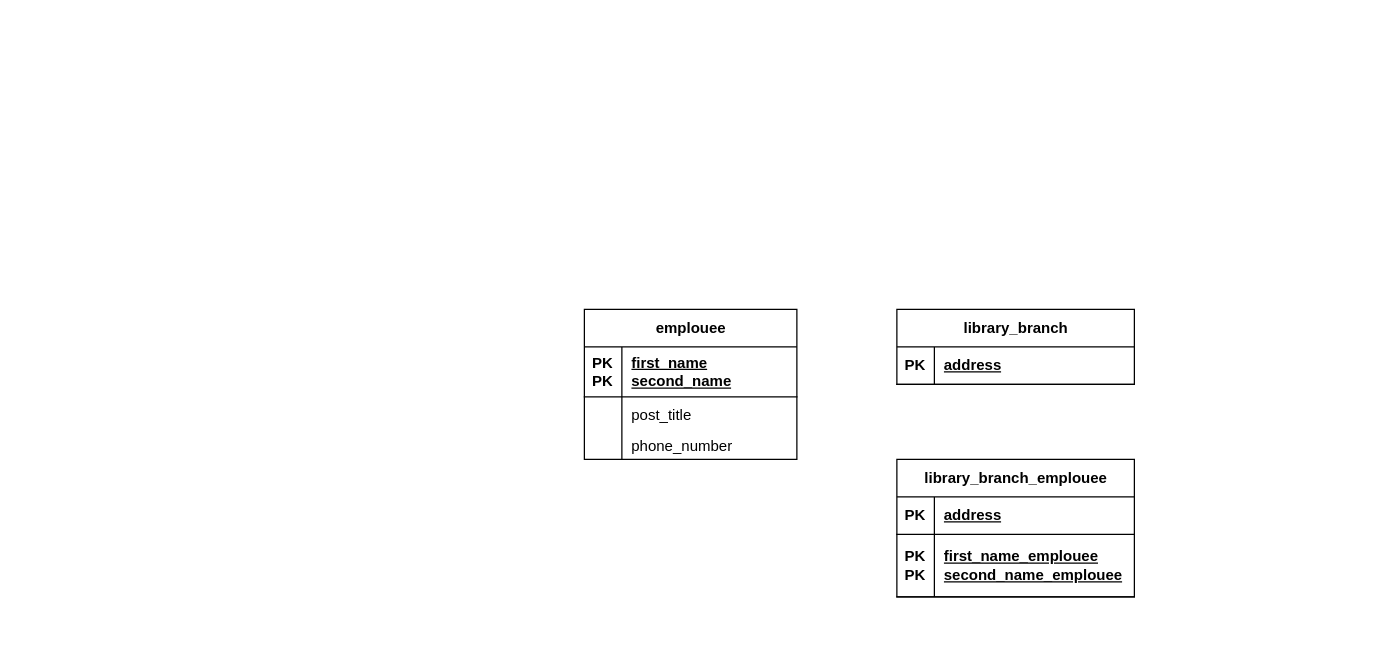
Before: Диаграмма без названия.drawio in ValentinKonstantinov/-Database, a draw.io diagram. Source tidied: cells renumbered, new cells numbered last; positions are measured from the earlier drawing's top-left corner, leaving out a move shared by most shapes. Both pictures are drawn from the tidied source at 125%, with x=0, y=0 at pixel (584, 309).
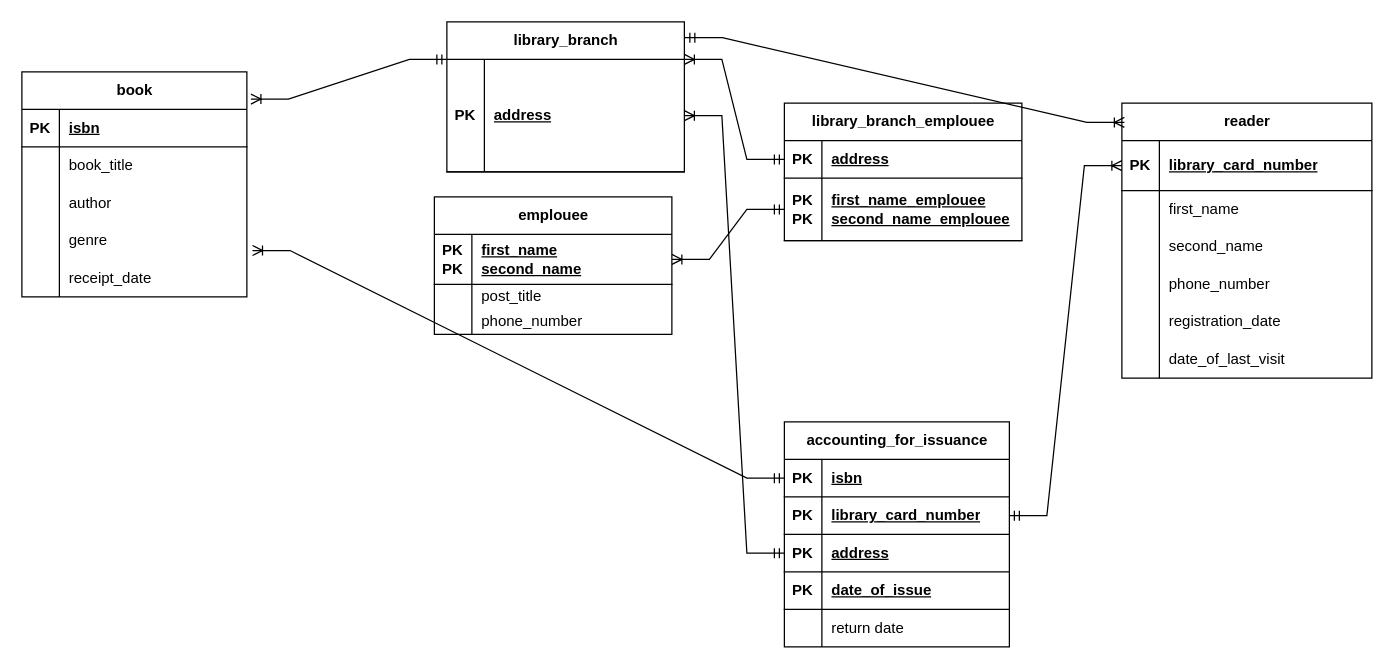
The same diagram, later.

Commit message:
добавлены читатели книги связи журнал выдачи

The change refers to these unchanged cells:
```xml
<mxCell id="17" style="shape=tableRow;horizontal=0;startSize=0;swimlaneHead=0;swimlaneBody=0;fillColor=none;points=[[0,0.5],[1,0.5]];portConstraint=eastwest;top=0;left=0;right=0;bottom=1;" parent="16" vertex="1">
  <mxGeometry y="30" width="190" height="30" as="geometry" />
</mxCell>
<mxCell id="20" style="shape=tableRow;horizontal=0;startSize=0;swimlaneHead=0;swimlaneBody=0;fillColor=none;points=[[0,0.5],[1,0.5]];portConstraint=eastwest;top=0;left=0;right=0;bottom=1;" parent="16" vertex="1">
  <mxGeometry y="60" width="190" height="50" as="geometry" />
</mxCell>
```

The edit, as a diff of the source:
```diff
@@
     <mxCell id="2" value="emplouee" style="shape=table;startSize=30;childLayout=tableLayout;rowLines=0;fontStyle=1;align=center;html=1;" parent="1" vertex="1">
-      <mxGeometry width="170" height="120" as="geometry" />
+      <mxGeometry x="-120" y="-90" width="190" height="110" as="geometry" />
     </mxCell>
     <mxCell id="3" style="shape=tableRow;horizontal=0;startSize=0;swimlaneHead=0;swimlaneBody=0;fillColor=none;points=[[0,0.5],[1,0.5]];portConstraint=eastwest;top=0;left=0;right=0;bottom=1;" parent="2" vertex="1">
-      <mxGeometry y="30" width="170" height="40" as="geometry" />
+      <mxGeometry y="30" width="190" height="40" as="geometry" />
     </mxCell>
@@
     <mxCell id="5" value="first_name&lt;br&gt;second_name" style="shape=partialRectangle;fillColor=none;top=0;left=0;bottom=0;right=0;align=left;spacingLeft=6;fontStyle=5;overflow=hidden;whiteSpace=wrap;html=1;" parent="3" vertex="1">
-      <mxGeometry x="30" width="140" height="40" as="geometry" />
+      <mxGeometry x="30" width="160" height="40" as="geometry" />
     </mxCell>
     <mxCell id="6" style="shape=tableRow;horizontal=0;startSize=0;swimlaneHead=0;swimlaneBody=0;fillColor=none;top=0;left=0;right=0;bottom=0;" parent="2" vertex="1">
-      <mxGeometry y="70" width="170" height="30" as="geometry" />
+      <mxGeometry y="70" width="190" height="20" as="geometry" />
     </mxCell>
     <mxCell id="7" style="shape=partialRectangle;fillColor=none;top=0;left=0;bottom=0;right=0;overflow=hidden;whiteSpace=wrap;html=1;" parent="6" vertex="1">
-      <mxGeometry width="30" height="30" as="geometry" />
+      <mxGeometry width="30" height="20" as="geometry" />
     </mxCell>
     <mxCell id="8" value="post_title" style="shape=partialRectangle;fillColor=none;top=0;left=0;bottom=0;right=0;align=left;spacingLeft=6;overflow=hidden;whiteSpace=wrap;html=1;" parent="6" vertex="1">
-      <mxGeometry x="30" width="140" height="30" as="geometry" />
+      <mxGeometry x="30" width="160" height="20" as="geometry" />
     </mxCell>
     <mxCell id="9" style="shape=tableRow;horizontal=0;startSize=0;swimlaneHead=0;swimlaneBody=0;fillColor=none;top=0;left=0;right=0;bottom=0;" parent="2" vertex="1">
-      <mxGeometry y="100" width="170" height="20" as="geometry" />
+      <mxGeometry y="90" width="190" height="20" as="geometry" />
     </mxCell>
@@
     <mxCell id="11" value="phone_number" style="shape=partialRectangle;fillColor=none;top=0;left=0;bottom=0;right=0;align=left;spacingLeft=6;overflow=hidden;whiteSpace=wrap;html=1;" parent="9" vertex="1">
-      <mxGeometry x="30" width="140" height="20" as="geometry" />
+      <mxGeometry x="30" width="160" height="20" as="geometry" />
     </mxCell>
     <mxCell id="12" value="library_branch" style="shape=table;startSize=30;childLayout=tableLayout;rowLines=0;fontStyle=1;align=center;html=1;" parent="1" vertex="1">
-      <mxGeometry x="250" width="190" height="60" as="geometry" />
+      <mxGeometry x="-110" y="-230" width="190" height="120" as="geometry" />
     </mxCell>
     <mxCell id="13" style="shape=tableRow;horizontal=0;startSize=0;swimlaneHead=0;swimlaneBody=0;fillColor=none;points=[[0,0.5],[1,0.5]];portConstraint=eastwest;top=0;left=0;right=0;bottom=1;" parent="12" vertex="1">
-      <mxGeometry y="30" width="190" height="30" as="geometry" />
+      <mxGeometry y="30" width="190" height="90" as="geometry" />
     </mxCell>
     <mxCell id="14" value="PK" style="shape=partialRectangle;fillColor=none;top=0;left=0;bottom=0;right=0;fontStyle=1;overflow=hidden;whiteSpace=wrap;html=1;" parent="13" vertex="1">
-      <mxGeometry width="30" height="30" as="geometry" />
+      <mxGeometry width="30" height="90" as="geometry" />
     </mxCell>
     <mxCell id="15" value="address" style="shape=partialRectangle;fillColor=none;top=0;left=0;bottom=0;right=0;align=left;spacingLeft=6;fontStyle=5;overflow=hidden;whiteSpace=wrap;html=1;" parent="13" vertex="1">
-      <mxGeometry x="30" width="160" height="30" as="geometry" />
+      <mxGeometry x="30" width="160" height="90" as="geometry" />
     </mxCell>
     <mxCell id="16" value="library_branch_emplouee" style="shape=table;startSize=30;childLayout=tableLayout;rowLines=0;fontStyle=1;align=center;html=1;" parent="1" vertex="1">
-      <mxGeometry x="250" y="120" width="190" height="110" as="geometry" />
+      <mxGeometry x="160" y="-165" width="190" height="110" as="geometry" />
     </mxCell>
@@
+    <mxCell id="23" value="book" style="shape=table;startSize=30;childLayout=tableLayout;rowLines=0;fontStyle=1;align=center;html=1;" parent="1" vertex="1">
+      <mxGeometry x="-450" y="-190" width="180" height="180" as="geometry" />
+    </mxCell>
+    <mxCell id="24" style="shape=tableRow;horizontal=0;startSize=0;swimlaneHead=0;swimlaneBody=0;fillColor=none;top=0;left=0;right=0;bottom=1;" parent="23" vertex="1">
+      <mxGeometry y="30" width="180" height="30" as="geometry" />
+    </mxCell>
+    <mxCell id="25" value="PK" style="shape=partialRectangle;fillColor=none;top=0;left=0;bottom=0;right=0;fontStyle=1;overflow=hidden;whiteSpace=wrap;html=1;" parent="24" vertex="1">
+      <mxGeometry width="30" height="30" as="geometry" />
+    </mxCell>
+    <mxCell id="26" value="isbn" style="shape=partialRectangle;fillColor=none;top=0;left=0;bottom=0;right=0;align=left;spacingLeft=6;fontStyle=5;overflow=hidden;whiteSpace=wrap;html=1;" parent="24" vertex="1">
+      <mxGeometry x="30" width="150" height="30" as="geometry" />
+    </mxCell>
+    <mxCell id="27" style="shape=tableRow;horizontal=0;startSize=0;swimlaneHead=0;swimlaneBody=0;fillColor=none;top=0;left=0;right=0;bottom=0;" parent="23" vertex="1">
+      <mxGeometry y="60" width="180" height="30" as="geometry" />
+    </mxCell>
+    <mxCell id="28" style="shape=partialRectangle;fillColor=none;top=0;left=0;bottom=0;right=0;overflow=hidden;whiteSpace=wrap;html=1;" parent="27" vertex="1">
+      <mxGeometry width="30" height="30" as="geometry" />
+    </mxCell>
+    <mxCell id="29" value="book_title" style="shape=partialRectangle;fillColor=none;top=0;left=0;bottom=0;right=0;align=left;spacingLeft=6;overflow=hidden;whiteSpace=wrap;html=1;" parent="27" vertex="1">
+      <mxGeometry x="30" width="150" height="30" as="geometry" />
+    </mxCell>
+    <mxCell id="30" style="shape=tableRow;horizontal=0;startSize=0;swimlaneHead=0;swimlaneBody=0;fillColor=none;top=0;left=0;right=0;bottom=0;" parent="23" vertex="1">
+      <mxGeometry y="90" width="180" height="30" as="geometry" />
+    </mxCell>
+    <mxCell id="31" style="shape=partialRectangle;fillColor=none;top=0;left=0;bottom=0;right=0;overflow=hidden;whiteSpace=wrap;html=1;" parent="30" vertex="1">
+      <mxGeometry width="30" height="30" as="geometry" />
+    </mxCell>
+    <mxCell id="32" value="author" style="shape=partialRectangle;fillColor=none;top=0;left=0;bottom=0;right=0;align=left;spacingLeft=6;overflow=hidden;whiteSpace=wrap;html=1;" parent="30" vertex="1">
+      <mxGeometry x="30" width="150" height="30" as="geometry" />
+    </mxCell>
+    <mxCell id="33" style="shape=tableRow;horizontal=0;startSize=0;swimlaneHead=0;swimlaneBody=0;fillColor=none;points=[[0,0.5],[1,0.5]];portConstraint=eastwest;top=0;left=0;right=0;bottom=0;" parent="23" vertex="1">
+      <mxGeometry y="120" width="180" height="30" as="geometry" />
+    </mxCell>
+    <mxCell id="34" style="shape=partialRectangle;fillColor=none;top=0;left=0;bottom=0;right=0;overflow=hidden;whiteSpace=wrap;html=1;" parent="33" vertex="1">
+      <mxGeometry width="30" height="30" as="geometry" />
+    </mxCell>
+    <mxCell id="35" value="genre" style="shape=partialRectangle;fillColor=none;top=0;left=0;bottom=0;right=0;align=left;spacingLeft=6;overflow=hidden;whiteSpace=wrap;html=1;" parent="33" vertex="1">
+      <mxGeometry x="30" width="150" height="30" as="geometry" />
+    </mxCell>
+    <mxCell id="36" style="shape=tableRow;horizontal=0;startSize=0;swimlaneHead=0;swimlaneBody=0;fillColor=none;top=0;left=0;right=0;bottom=0;" parent="23" vertex="1">
+      <mxGeometry y="150" width="180" height="30" as="geometry" />
+    </mxCell>
+    <mxCell id="37" style="shape=partialRectangle;fillColor=none;top=0;left=0;bottom=0;right=0;overflow=hidden;whiteSpace=wrap;html=1;" parent="36" vertex="1">
+      <mxGeometry width="30" height="30" as="geometry" />
+    </mxCell>
+    <mxCell id="38" value="receipt_date" style="shape=partialRectangle;fillColor=none;top=0;left=0;bottom=0;right=0;align=left;spacingLeft=6;overflow=hidden;whiteSpace=wrap;html=1;" parent="36" vertex="1">
+      <mxGeometry x="30" width="150" height="30" as="geometry" />
+    </mxCell>
+    <mxCell id="39" value="reader" style="shape=table;startSize=30;childLayout=tableLayout;rowLines=0;fontStyle=1;align=center;html=1;" parent="1" vertex="1">
+      <mxGeometry x="430" y="-165" width="200" height="220" as="geometry" />
+    </mxCell>
+    <mxCell id="40" style="shape=tableRow;horizontal=0;startSize=0;swimlaneHead=0;swimlaneBody=0;fillColor=none;points=[[0,0.5],[1,0.5]];portConstraint=eastwest;top=0;left=0;right=0;bottom=1;" parent="39" vertex="1">
+      <mxGeometry y="30" width="200" height="40" as="geometry" />
+    </mxCell>
+    <mxCell id="41" value="PK" style="shape=partialRectangle;fillColor=none;top=0;left=0;bottom=0;right=0;fontStyle=1;overflow=hidden;whiteSpace=wrap;html=1;" parent="40" vertex="1">
+      <mxGeometry width="30" height="40" as="geometry" />
+    </mxCell>
+    <mxCell id="42" value="&lt;div&gt;&lt;span style=&quot;background-color: initial;&quot;&gt;library_card_number&lt;/span&gt;&lt;br&gt;&lt;/div&gt;" style="shape=partialRectangle;fillColor=none;top=0;left=0;bottom=0;right=0;align=left;spacingLeft=6;fontStyle=5;overflow=hidden;whiteSpace=wrap;html=1;" parent="40" vertex="1">
+      <mxGeometry x="30" width="170" height="40" as="geometry" />
+    </mxCell>
+    <mxCell id="43" style="shape=tableRow;horizontal=0;startSize=0;swimlaneHead=0;swimlaneBody=0;fillColor=none;top=0;left=0;right=0;bottom=0;" parent="39" vertex="1">
+      <mxGeometry y="70" width="200" height="30" as="geometry" />
+    </mxCell>
+    <mxCell id="44" style="shape=partialRectangle;fillColor=none;top=0;left=0;bottom=0;right=0;overflow=hidden;whiteSpace=wrap;html=1;" parent="43" vertex="1">
+      <mxGeometry width="30" height="30" as="geometry" />
+    </mxCell>
+    <mxCell id="45" value="first_name" style="shape=partialRectangle;fillColor=none;top=0;left=0;bottom=0;right=0;align=left;spacingLeft=6;overflow=hidden;whiteSpace=wrap;html=1;" parent="43" vertex="1">
+      <mxGeometry x="30" width="170" height="30" as="geometry" />
+    </mxCell>
+    <mxCell id="46" style="shape=tableRow;horizontal=0;startSize=0;swimlaneHead=0;swimlaneBody=0;fillColor=none;top=0;left=0;right=0;bottom=0;" parent="39" vertex="1">
+      <mxGeometry y="100" width="200" height="30" as="geometry" />
+    </mxCell>
+    <mxCell id="47" style="shape=partialRectangle;fillColor=none;top=0;left=0;bottom=0;right=0;overflow=hidden;whiteSpace=wrap;html=1;" parent="46" vertex="1">
+      <mxGeometry width="30" height="30" as="geometry" />
+    </mxCell>
+    <mxCell id="48" value="second_name" style="shape=partialRectangle;fillColor=none;top=0;left=0;bottom=0;right=0;align=left;spacingLeft=6;overflow=hidden;whiteSpace=wrap;html=1;" parent="46" vertex="1">
+      <mxGeometry x="30" width="170" height="30" as="geometry" />
+    </mxCell>
+    <mxCell id="49" style="shape=tableRow;horizontal=0;startSize=0;swimlaneHead=0;swimlaneBody=0;fillColor=none;top=0;left=0;right=0;bottom=0;" parent="39" vertex="1">
+      <mxGeometry y="130" width="200" height="30" as="geometry" />
+    </mxCell>
+    <mxCell id="50" style="shape=partialRectangle;fillColor=none;top=0;left=0;bottom=0;right=0;overflow=hidden;whiteSpace=wrap;html=1;" parent="49" vertex="1">
+      <mxGeometry width="30" height="30" as="geometry" />
+    </mxCell>
+    <mxCell id="51" value="phone_number" style="shape=partialRectangle;fillColor=none;top=0;left=0;bottom=0;right=0;align=left;spacingLeft=6;overflow=hidden;whiteSpace=wrap;html=1;" parent="49" vertex="1">
+      <mxGeometry x="30" width="170" height="30" as="geometry" />
+    </mxCell>
+    <mxCell id="52" style="shape=tableRow;horizontal=0;startSize=0;swimlaneHead=0;swimlaneBody=0;fillColor=none;top=0;left=0;right=0;bottom=0;" parent="39" vertex="1">
+      <mxGeometry y="160" width="200" height="30" as="geometry" />
+    </mxCell>
+    <mxCell id="53" style="shape=partialRectangle;fillColor=none;top=0;left=0;bottom=0;right=0;overflow=hidden;whiteSpace=wrap;html=1;" parent="52" vertex="1">
+      <mxGeometry width="30" height="30" as="geometry" />
+    </mxCell>
+    <mxCell id="54" value="registration_date" style="shape=partialRectangle;fillColor=none;top=0;left=0;bottom=0;right=0;align=left;spacingLeft=6;overflow=hidden;whiteSpace=wrap;html=1;" parent="52" vertex="1">
+      <mxGeometry x="30" width="170" height="30" as="geometry" />
+    </mxCell>
+    <mxCell id="55" style="shape=tableRow;horizontal=0;startSize=0;swimlaneHead=0;swimlaneBody=0;fillColor=none;top=0;left=0;right=0;bottom=0;" parent="39" vertex="1">
+      <mxGeometry y="190" width="200" height="30" as="geometry" />
+    </mxCell>
+    <mxCell id="56" style="shape=partialRectangle;fillColor=none;top=0;left=0;bottom=0;right=0;overflow=hidden;whiteSpace=wrap;html=1;" parent="55" vertex="1">
+      <mxGeometry width="30" height="30" as="geometry" />
+    </mxCell>
+    <mxCell id="57" value="date_of_last_visit" style="shape=partialRectangle;fillColor=none;top=0;left=0;bottom=0;right=0;align=left;spacingLeft=6;overflow=hidden;whiteSpace=wrap;html=1;" parent="55" vertex="1">
+      <mxGeometry x="30" width="170" height="30" as="geometry" />
+    </mxCell>
+    <mxCell id="58" value="accounting_for_issuance" style="shape=table;startSize=30;childLayout=tableLayout;rowLines=0;fontStyle=1;align=center;html=1;" parent="1" vertex="1">
+      <mxGeometry x="160" y="90" width="180" height="180" as="geometry" />
+    </mxCell>
+    <mxCell id="59" style="shape=tableRow;horizontal=0;startSize=0;swimlaneHead=0;swimlaneBody=0;fillColor=none;points=[[0,0.5],[1,0.5]];portConstraint=eastwest;top=0;left=0;right=0;bottom=1;" parent="58" vertex="1">
+      <mxGeometry y="30" width="180" height="30" as="geometry" />
+    </mxCell>
+    <mxCell id="60" value="PK" style="shape=partialRectangle;fillColor=none;top=0;left=0;bottom=0;right=0;fontStyle=1;overflow=hidden;whiteSpace=wrap;html=1;" parent="59" vertex="1">
+      <mxGeometry width="30" height="30" as="geometry" />
+    </mxCell>
+    <mxCell id="61" value="isbn" style="shape=partialRectangle;fillColor=none;top=0;left=0;bottom=0;right=0;align=left;spacingLeft=6;fontStyle=5;overflow=hidden;whiteSpace=wrap;html=1;" parent="59" vertex="1">
+      <mxGeometry x="30" width="150" height="30" as="geometry" />
+    </mxCell>
+    <mxCell id="62" style="shape=tableRow;horizontal=0;startSize=0;swimlaneHead=0;swimlaneBody=0;fillColor=none;points=[[0,0.5],[1,0.5]];portConstraint=eastwest;top=0;left=0;right=0;bottom=1;" parent="58" vertex="1">
+      <mxGeometry y="60" width="180" height="30" as="geometry" />
+    </mxCell>
+    <mxCell id="63" value="PK" style="shape=partialRectangle;fillColor=none;top=0;left=0;bottom=0;right=0;fontStyle=1;overflow=hidden;whiteSpace=wrap;html=1;" parent="62" vertex="1">
+      <mxGeometry width="30" height="30" as="geometry" />
+    </mxCell>
+    <mxCell id="64" value="library_card_number" style="shape=partialRectangle;fillColor=none;top=0;left=0;bottom=0;right=0;align=left;spacingLeft=6;fontStyle=5;overflow=hidden;whiteSpace=wrap;html=1;" parent="62" vertex="1">
+      <mxGeometry x="30" width="150" height="30" as="geometry" />
+    </mxCell>
+    <mxCell id="65" style="shape=tableRow;horizontal=0;startSize=0;swimlaneHead=0;swimlaneBody=0;fillColor=none;points=[[0,0.5],[1,0.5]];portConstraint=eastwest;top=0;left=0;right=0;bottom=1;" parent="58" vertex="1">
+      <mxGeometry y="90" width="180" height="30" as="geometry" />
+    </mxCell>
+    <mxCell id="66" value="PK" style="shape=partialRectangle;fillColor=none;top=0;left=0;bottom=0;right=0;fontStyle=1;overflow=hidden;whiteSpace=wrap;html=1;" parent="65" vertex="1">
+      <mxGeometry width="30" height="30" as="geometry" />
+    </mxCell>
+    <mxCell id="67" value="address" style="shape=partialRectangle;fillColor=none;top=0;left=0;bottom=0;right=0;align=left;spacingLeft=6;fontStyle=5;overflow=hidden;whiteSpace=wrap;html=1;" parent="65" vertex="1">
+      <mxGeometry x="30" width="150" height="30" as="geometry" />
+    </mxCell>
+    <mxCell id="68" style="shape=tableRow;horizontal=0;startSize=0;swimlaneHead=0;swimlaneBody=0;fillColor=none;top=0;left=0;right=0;bottom=1;" parent="58" vertex="1">
+      <mxGeometry y="120" width="180" height="30" as="geometry" />
+    </mxCell>
+    <mxCell id="69" value="PK" style="shape=partialRectangle;fillColor=none;top=0;left=0;bottom=0;right=0;fontStyle=1;overflow=hidden;whiteSpace=wrap;html=1;" parent="68" vertex="1">
+      <mxGeometry width="30" height="30" as="geometry" />
+    </mxCell>
+    <mxCell id="70" value="date_of_issue" style="shape=partialRectangle;fillColor=none;top=0;left=0;bottom=0;right=0;align=left;spacingLeft=6;fontStyle=5;overflow=hidden;whiteSpace=wrap;html=1;" parent="68" vertex="1">
+      <mxGeometry x="30" width="150" height="30" as="geometry" />
+    </mxCell>
+    <mxCell id="71" style="shape=tableRow;horizontal=0;startSize=0;swimlaneHead=0;swimlaneBody=0;fillColor=none;top=0;left=0;right=0;bottom=0;" parent="58" vertex="1">
+      <mxGeometry y="150" width="180" height="30" as="geometry" />
+    </mxCell>
+    <mxCell id="72" style="shape=partialRectangle;fillColor=none;top=0;left=0;bottom=0;right=0;overflow=hidden;whiteSpace=wrap;html=1;" parent="71" vertex="1">
+      <mxGeometry width="30" height="30" as="geometry" />
+    </mxCell>
+    <mxCell id="73" value="return date" style="shape=partialRectangle;fillColor=none;top=0;left=0;bottom=0;right=0;align=left;spacingLeft=6;overflow=hidden;whiteSpace=wrap;html=1;" parent="71" vertex="1">
+      <mxGeometry x="30" width="150" height="30" as="geometry" />
+    </mxCell>
+    <mxCell id="74" style="edgeStyle=entityRelationEdgeStyle;fontSize=12;html=1;endArrow=ERoneToMany;startArrow=ERmandOne;rounded=0;entryX=1;entryY=0.5;entryDx=0;entryDy=0;exitX=0;exitY=0.5;exitDx=0;exitDy=0;" parent="1" edge="1" source="20" target="3">
+      <mxGeometry relative="1" as="geometry">
+        <Array as="points">
+          <mxPoint x="224" y="190" />
+          <mxPoint x="254" y="170" />
+          <mxPoint x="264" y="150" />
+          <mxPoint x="284" y="190" />
+          <mxPoint x="244" y="160" />
+        </Array>
+      </mxGeometry>
+    </mxCell>
+    <mxCell id="75" style="edgeStyle=entityRelationEdgeStyle;fontSize=12;html=1;endArrow=ERoneToMany;startArrow=ERmandOne;rounded=0;entryX=1;entryY=0.25;entryDx=0;entryDy=0;exitX=0;exitY=0.5;exitDx=0;exitDy=0;" parent="1" edge="1" source="17" target="12">
+      <mxGeometry relative="1" as="geometry">
+        <Array as="points">
+          <mxPoint x="224" y="107.5" />
+          <mxPoint x="254" y="87.5" />
+          <mxPoint x="264" y="67.5" />
+          <mxPoint x="284" y="107.5" />
+          <mxPoint x="244" y="77.5" />
+        </Array>
+      </mxGeometry>
+    </mxCell>
+    <mxCell id="76" style="edgeStyle=entityRelationEdgeStyle;fontSize=12;html=1;endArrow=ERoneToMany;startArrow=ERmandOne;rounded=0;exitX=1.002;exitY=0.105;exitDx=0;exitDy=0;exitPerimeter=0;entryX=0.01;entryY=0.07;entryDx=0;entryDy=0;entryPerimeter=0;" parent="1" edge="1" source="12" target="39">
+      <mxGeometry relative="1" as="geometry">
+        <Array as="points">
+          <mxPoint x="-110" y="140" />
+        </Array>
+      </mxGeometry>
+    </mxCell>
+    <mxCell id="77" style="edgeStyle=entityRelationEdgeStyle;fontSize=12;html=1;endArrow=ERoneToMany;startArrow=ERmandOne;rounded=0;exitX=0;exitY=0.25;exitDx=0;exitDy=0;entryX=1.018;entryY=0.121;entryDx=0;entryDy=0;entryPerimeter=0;" parent="1" edge="1" source="12" target="23">
+      <mxGeometry relative="1" as="geometry" />
+    </mxCell>
+    <mxCell id="78" style="edgeStyle=entityRelationEdgeStyle;fontSize=12;html=1;endArrow=ERoneToMany;startArrow=ERmandOne;rounded=0;entryX=1.025;entryY=0.765;entryDx=0;entryDy=0;exitX=0;exitY=0.5;exitDx=0;exitDy=0;entryPerimeter=0;" parent="1" edge="1" source="59" target="33">
+      <mxGeometry relative="1" as="geometry">
+        <Array as="points">
+          <mxPoint x="124" y="390" />
+          <mxPoint x="154" y="370" />
+          <mxPoint x="164" y="350" />
+          <mxPoint x="184" y="390" />
+          <mxPoint x="144" y="360" />
+        </Array>
+      </mxGeometry>
+    </mxCell>
+    <mxCell id="79" style="edgeStyle=entityRelationEdgeStyle;fontSize=12;html=1;endArrow=ERoneToMany;startArrow=ERmandOne;rounded=0;exitX=1;exitY=0.5;exitDx=0;exitDy=0;entryX=0;entryY=0.5;entryDx=0;entryDy=0;" parent="1" edge="1" source="62" target="40">
+      <mxGeometry relative="1" as="geometry">
+        <Array as="points">
+          <mxPoint x="294" y="330" />
+          <mxPoint x="324" y="310" />
+          <mxPoint x="334" y="290" />
+          <mxPoint x="354" y="330" />
+          <mxPoint x="314" y="300" />
+        </Array>
+      </mxGeometry>
+    </mxCell>
+    <mxCell id="80" style="edgeStyle=entityRelationEdgeStyle;fontSize=12;html=1;endArrow=ERoneToMany;startArrow=ERmandOne;rounded=0;exitX=0;exitY=0.5;exitDx=0;exitDy=0;" parent="1" edge="1" source="65" target="13">
+      <mxGeometry relative="1" as="geometry">
+        <Array as="points">
+          <mxPoint x="-56" y="490" />
+          <mxPoint x="-26" y="470" />
+          <mxPoint x="-16" y="450" />
+          <mxPoint x="4" y="490" />
+          <mxPoint x="-36" y="460" />
+        </Array>
+      </mxGeometry>
+    </mxCell>
```
